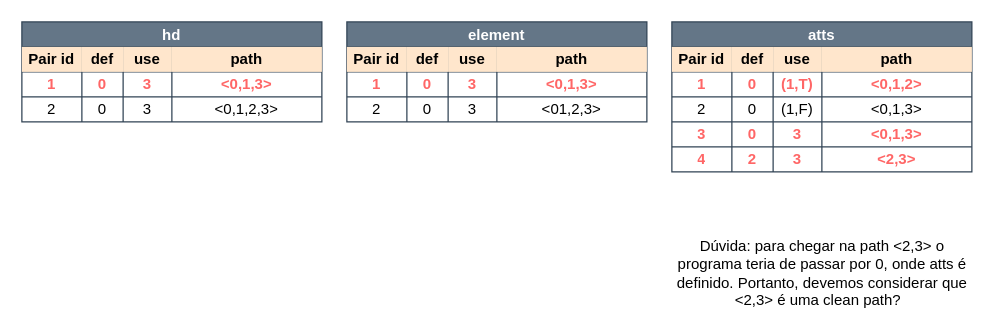
This is page "All-defs" (3 of 6) of docs/08_assignment/figures/startXmlElement.drawio from Jumaruba/jtimesched, a draw.io file, before an edit. Source tidied: cells renumbered, new cells numbered last; positions are measured from the earlier drawing's top-left corner, leaving out a move shared by most shapes. Both pictures are drawn from the tidied source at 125%, with x=0, y=0 at pixel (21, 21).
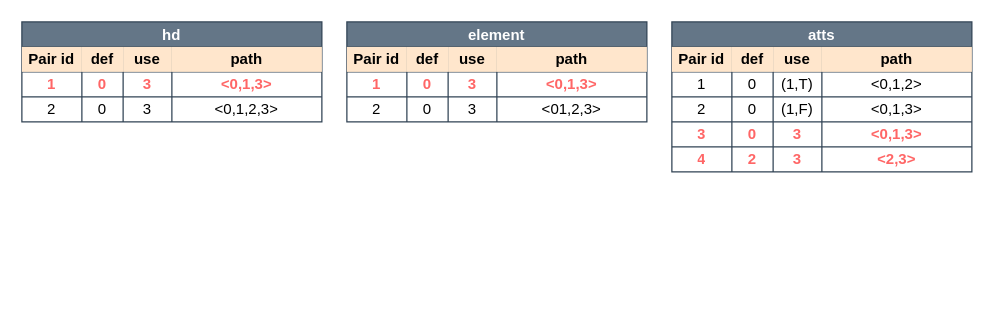
The same page after the edit.

The change refers to these unchanged cells:
```xml
<mxCell id="41" style="shape=partialRectangle;html=1;whiteSpace=wrap;fillColor=none;top=0;left=0;bottom=0;right=0;labelBackgroundColor=none;fontSize=12;" parent="35" vertex="1">
  <mxGeometry y="40" width="240" height="20" as="geometry" />
</mxCell>
```

Change to the diagram source:
```diff
@@
-    <mxCell id="34" value="&lt;font color=&quot;#000000&quot;&gt;Dúvida: para chegar na path &amp;lt;2,3&amp;gt; o programa teria de passar por 0, onde atts é definido. Portanto, devemos considerar que &amp;lt;2,3&amp;gt; é uma clean path?&amp;nbsp;&amp;nbsp;&lt;/font&gt;" style="text;html=1;strokeColor=none;fillColor=none;align=center;verticalAlign=middle;whiteSpace=wrap;rounded=0;labelBackgroundColor=none;fontSize=12;fontColor=#FF6666;" parent="1" vertex="1">
-      <mxGeometry x="517.5" y="186" width="245" height="30" as="geometry" />
-    </mxCell>
@@
-    <mxCell id="42" value="1" style="shape=partialRectangle;html=1;whiteSpace=wrap;fillColor=none;top=0;left=0;bottom=0;right=0;overflow=hidden;labelBackgroundColor=none;fontSize=12;fontColor=#FF6666;fontStyle=1;" parent="41" vertex="1">
+    <mxCell id="42" value="1" style="shape=partialRectangle;html=1;whiteSpace=wrap;fillColor=none;top=0;left=0;bottom=0;right=0;overflow=hidden;labelBackgroundColor=none;fontSize=12;fontColor=#000000;fontStyle=0;" parent="41" vertex="1">
       <mxGeometry width="48" height="20" as="geometry" />
     </mxCell>
-    <mxCell id="43" value="0" style="shape=partialRectangle;html=1;whiteSpace=wrap;fillColor=none;top=0;left=0;bottom=0;right=0;overflow=hidden;labelBackgroundColor=none;fontSize=12;fontColor=#FF6666;fontStyle=1;" parent="41" vertex="1">
+    <mxCell id="43" value="0" style="shape=partialRectangle;html=1;whiteSpace=wrap;fillColor=none;top=0;left=0;bottom=0;right=0;overflow=hidden;labelBackgroundColor=none;fontSize=12;fontColor=#000000;fontStyle=0;" parent="41" vertex="1">
       <mxGeometry x="48" width="33" height="20" as="geometry" />
     </mxCell>
-    <mxCell id="44" value="(1,T)" style="shape=partialRectangle;html=1;whiteSpace=wrap;fillColor=none;top=0;left=0;bottom=0;right=0;overflow=hidden;labelBackgroundColor=none;fontSize=12;fontColor=#FF6666;fontStyle=1;" parent="41" vertex="1">
+    <mxCell id="44" value="(1,T)" style="shape=partialRectangle;html=1;whiteSpace=wrap;fillColor=none;top=0;left=0;bottom=0;right=0;overflow=hidden;labelBackgroundColor=none;fontSize=12;fontColor=#000000;fontStyle=0;" parent="41" vertex="1">
       <mxGeometry x="81" width="39" height="20" as="geometry" />
     </mxCell>
-    <mxCell id="45" value="&amp;lt;0,1,2&amp;gt;" style="shape=partialRectangle;html=1;whiteSpace=wrap;fillColor=none;top=0;left=0;bottom=0;right=0;overflow=hidden;labelBackgroundColor=none;fontSize=12;fontColor=#FF6666;fontStyle=1;" parent="41" vertex="1">
+    <mxCell id="45" value="&amp;lt;0,1,2&amp;gt;" style="shape=partialRectangle;html=1;whiteSpace=wrap;fillColor=none;top=0;left=0;bottom=0;right=0;overflow=hidden;labelBackgroundColor=none;fontSize=12;fontColor=#000000;fontStyle=0;" parent="41" vertex="1">
       <mxGeometry x="120" width="120" height="20" as="geometry" />
     </mxCell>
```
